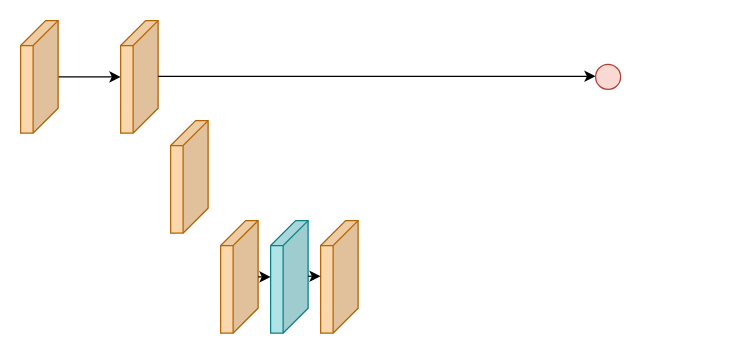
Above: 未命名绘图.drawio in bill20201015/learngit (draw.io), before the change. Source tidied: cells renumbered, new cells numbered last; positions are measured from the earlier drawing's top-left corner, leaving out a move shared by most shapes. Both pictures are drawn from the tidied source at 125%, with x=0, y=0 at pixel (20, 20).
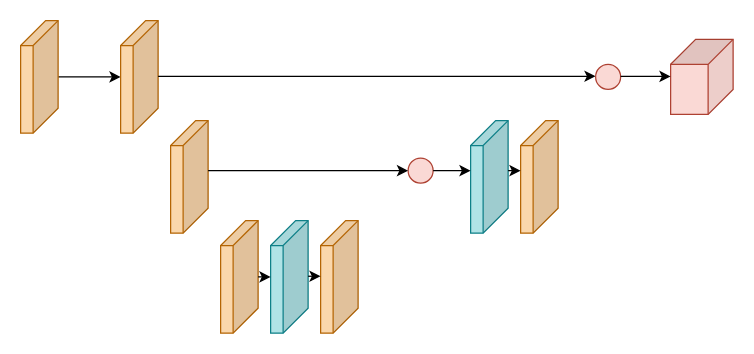
The same page after the edit.

Commit message (it also covers changes not shown here):
更新未命名绘图.drawio

The edit, as a diff of the source:
```diff
@@
+    <mxCell id="13" style="shape=cube;whiteSpace=wrap;html=1;boundedLbl=1;backgroundOutline=1;darkOpacity=0.05;darkOpacity2=0.1;flipV=0;flipH=0;direction=south;fillColor=#fad9d5;strokeColor=#ae4132;" parent="1" vertex="1">
+      <mxGeometry x="520" y="15" width="50" height="60" as="geometry" />
+    </mxCell>
+    <mxCell id="14" style="endArrow=classic;html=1;rounded=0;" parent="1" edge="1">
+      <mxGeometry relative="1" as="geometry">
+        <mxPoint x="480" y="44.6" as="sourcePoint" />
+        <mxPoint x="520" y="44.6" as="targetPoint" />
+      </mxGeometry>
+    </mxCell>
+    <mxCell id="15" style="ellipse;whiteSpace=wrap;html=1;fillColor=#fad9d5;strokeColor=#ae4132;" parent="1" vertex="1">
+      <mxGeometry x="310" y="110" width="20" height="20" as="geometry" />
+    </mxCell>
+    <mxCell id="16" style="shape=cube;whiteSpace=wrap;html=1;boundedLbl=1;backgroundOutline=1;darkOpacity=0.05;darkOpacity2=0.1;fillColor=#fad7ac;rotation=0;direction=west;flipV=1;strokeColor=#b46504;" parent="1" vertex="1">
+      <mxGeometry x="400" y="80" width="30" height="90" as="geometry" />
+    </mxCell>
+    <mxCell id="17" style="shape=cube;whiteSpace=wrap;html=1;boundedLbl=1;backgroundOutline=1;darkOpacity=0.05;darkOpacity2=0.1;fillColor=#b0e3e6;rotation=0;direction=west;flipV=1;strokeColor=#0e8088;" parent="1" vertex="1">
+      <mxGeometry x="360" y="80" width="30" height="90" as="geometry" />
+    </mxCell>
+    <mxCell id="18" style="endArrow=classic;html=1;rounded=0;" parent="1" edge="1">
+      <mxGeometry relative="1" as="geometry">
+        <mxPoint x="390" y="120" as="sourcePoint" />
+        <mxPoint x="400" y="120" as="targetPoint" />
+      </mxGeometry>
+    </mxCell>
+    <mxCell id="19" style="endArrow=classic;html=1;rounded=0;exitX=1;exitY=0.5;exitDx=0;exitDy=0;" parent="1" edge="1" source="15">
+      <mxGeometry relative="1" as="geometry">
+        <mxPoint x="360" y="120" as="targetPoint" />
+      </mxGeometry>
+    </mxCell>
+    <mxCell id="20" style="endArrow=classic;html=1;rounded=0;entryX=0;entryY=0.5;entryDx=0;entryDy=0;" parent="1" edge="1" target="15">
+      <mxGeometry relative="1" as="geometry">
+        <mxPoint x="150" y="120" as="sourcePoint" />
+      </mxGeometry>
+    </mxCell>
```
